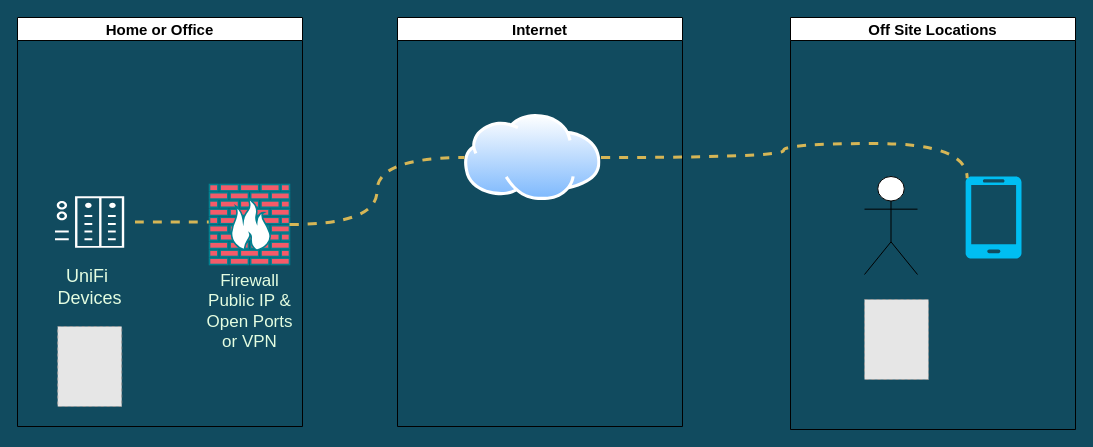
Before: page "VPN or Ports" (1 of 3) of Cloud_Security_Dec_2023.drawio in lawrencesystems/Draw_IO_Diagrams, a draw.io diagram. Source tidied: cells renumbered, new cells numbered last; positions are measured from the earlier drawing's top-left corner, leaving out a move shared by most shapes. Both pictures are drawn from the tidied source at 100%, with x=0, y=0 at pixel (17, 17). Pictures stored in the file or linked from it are replaced by grey dashed boxes.
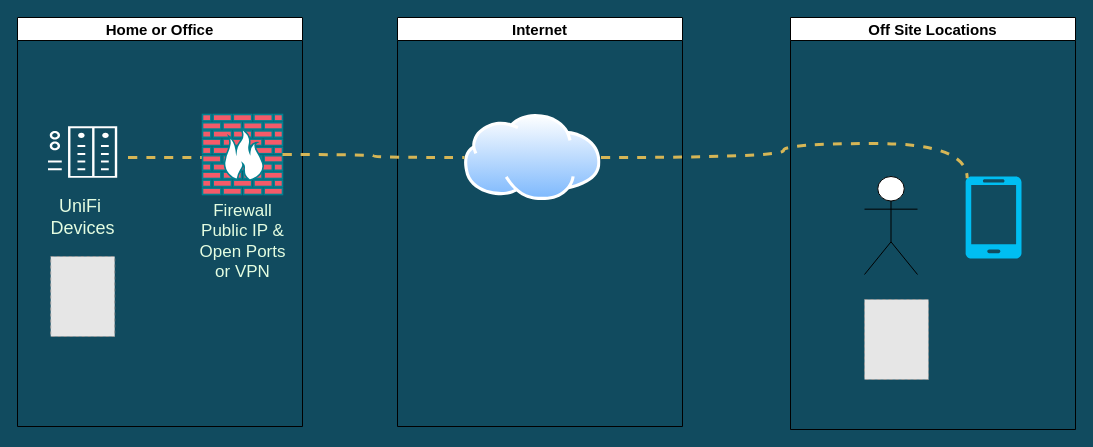
The same diagram, later.

Unchanged cells that the change refers to:
```xml
<mxCell id="3" value="&lt;font style=&quot;font-size: 15px;&quot;&gt;Home or Office&lt;/font&gt;" style="swimlane;whiteSpace=wrap;html=1;fontFamily=Helvetica;fontSize=11;fontColor=default;labelBackgroundColor=none;" parent="1" vertex="1">
  <mxGeometry width="285" height="409" as="geometry" />
</mxCell>
<mxCell id="10" style="verticalLabelPosition=bottom;html=1;verticalAlign=top;align=center;strokeColor=none;fillColor=#00BEF2;shape=mxgraph.azure.mobile;fontFamily=Helvetica;fontSize=11;fontColor=#E4FDE1;" parent="9" vertex="1">
  <mxGeometry x="175" y="159" width="56" height="82" as="geometry" />
</mxCell>
<mxCell id="14" style="image;perimeter=ellipsePerimeter;html=1;align=center;shadow=0;dashed=0;spacingTop=3;image=img/lib/active_directory/internet_cloud.svg;fontFamily=Helvetica;fontSize=11;fontColor=#E4FDE1;" parent="13" vertex="1">
  <mxGeometry x="67" y="97" width="136.5" height="86" as="geometry" />
</mxCell>
```

What changed in the source:
```diff
@@
-    <mxCell id="4" style="edgeStyle=orthogonalEdgeStyle;shape=connector;curved=1;rounded=1;comic=0;jettySize=auto;html=1;dashed=1;labelBackgroundColor=#114B5F;strokeColor=#d6b656;strokeWidth=3;fontFamily=Helvetica;fontSize=11;fontColor=#E4FDE1;endArrow=none;endFill=0;fillColor=#fff2cc;gradientColor=#ffd966;flowAnimation=1;" parent="3" edge="1" source="5" target="6">
+    <mxCell id="4" style="edgeStyle=orthogonalEdgeStyle;shape=connector;curved=1;rounded=1;comic=0;jettySize=auto;html=1;dashed=1;labelBackgroundColor=#114B5F;strokeColor=#d6b656;strokeWidth=3;fontFamily=Helvetica;fontSize=11;fontColor=#E4FDE1;endArrow=none;endFill=0;fillColor=#fff2cc;gradientColor=#ffd966;flowAnimation=0;fixDash=0;" parent="3" edge="1" source="5" target="6">
       <mxGeometry relative="1" as="geometry">
         <Array as="points">
-          <mxPoint x="73" y="202" />
+          <mxPoint x="151" y="140" />
+          <mxPoint x="151" y="140" />
         </Array>
       </mxGeometry>
     </mxCell>
     <mxCell id="5" value="&lt;font style=&quot;font-size: 18px;&quot;&gt;UniFi&amp;nbsp;&lt;br&gt;Devices&lt;br&gt;&lt;/font&gt;" style="sketch=0;shadow=0;dashed=0;html=1;strokeColor=none;fillColor=none;labelPosition=center;verticalLabelPosition=bottom;verticalAlign=top;align=center;outlineConnect=0;shape=mxgraph.veeam2.nas;fontFamily=Helvetica;fontSize=11;fontColor=#E4FDE1;" parent="3" vertex="1">
-      <mxGeometry x="27" y="167" width="90.5" height="75" as="geometry" />
+      <mxGeometry x="20" y="97" width="90.5" height="75" as="geometry" />
     </mxCell>
     <mxCell id="6" value="&lt;font style=&quot;font-size: 17px&quot;&gt;Firewall&lt;br&gt;Public IP &amp;amp;&lt;br&gt;Open&amp;nbsp;Ports&lt;br&gt;or VPN&lt;br&gt;&lt;/font&gt;" style="fontColor=#E4FDE1;verticalAlign=top;verticalLabelPosition=bottom;labelPosition=center;align=center;html=1;outlineConnect=0;fillColor=#F45B69;strokeColor=#028090;gradientDirection=north;strokeWidth=2;shape=mxgraph.networks.firewall;" parent="3" vertex="1">
-      <mxGeometry x="192" y="167" width="80" height="80" as="geometry" />
+      <mxGeometry x="185" y="97" width="80" height="80" as="geometry" />
     </mxCell>
     <mxCell id="7" style="fillColor=#E6E6E6;strokeColor=#999999;dashed=1;html=1;verticalLabelPosition=bottom;labelBackgroundColor=#ffffff;verticalAlign=top;fontFamily=Helvetica;fontSize=11;fontColor=#E4FDE1;" parent="3" vertex="1">
-      <mxGeometry x="40.2" y="309" width="64" height="80" as="geometry" />
+      <mxGeometry x="33.2" y="239" width="64" height="80" as="geometry" />
     </mxCell>
@@
-    <mxCell id="15" style="edgeStyle=orthogonalEdgeStyle;shape=connector;curved=1;rounded=1;comic=0;jettySize=auto;html=1;dashed=1;labelBackgroundColor=#114B5F;strokeColor=#d6b656;strokeWidth=3;align=center;verticalAlign=middle;fontFamily=Helvetica;fontSize=11;fontColor=#E4FDE1;endArrow=none;endFill=0;fillColor=#fff2cc;gradientColor=#ffd966;flowAnimation=1;" parent="1" edge="1" source="6" target="14">
+    <mxCell id="15" style="edgeStyle=orthogonalEdgeStyle;shape=connector;curved=1;rounded=1;comic=0;jettySize=auto;html=1;dashed=1;labelBackgroundColor=#114B5F;strokeColor=#d6b656;strokeWidth=3;align=center;verticalAlign=middle;fontFamily=Helvetica;fontSize=11;fontColor=#E4FDE1;endArrow=none;endFill=0;fillColor=#fff2cc;gradientColor=#ffd966;flowAnimation=0;" parent="1" edge="1" source="6" target="14">
       <mxGeometry relative="1" as="geometry" />
     </mxCell>
-    <mxCell id="16" style="edgeStyle=orthogonalEdgeStyle;shape=connector;curved=1;rounded=1;comic=0;jettySize=auto;html=1;entryX=0.03;entryY=0.02;entryDx=0;entryDy=0;entryPerimeter=0;dashed=1;labelBackgroundColor=#114B5F;strokeColor=#d6b656;strokeWidth=3;align=center;verticalAlign=middle;fontFamily=Helvetica;fontSize=11;fontColor=#E4FDE1;endArrow=none;endFill=0;fillColor=#fff2cc;gradientColor=#ffd966;flowAnimation=1;" parent="1" edge="1" source="14" target="10">
+    <mxCell id="16" style="edgeStyle=orthogonalEdgeStyle;shape=connector;curved=1;rounded=1;comic=0;jettySize=auto;html=1;entryX=0.03;entryY=0.02;entryDx=0;entryDy=0;entryPerimeter=0;dashed=1;labelBackgroundColor=#114B5F;strokeColor=#d6b656;strokeWidth=3;align=center;verticalAlign=middle;fontFamily=Helvetica;fontSize=11;fontColor=#E4FDE1;endArrow=none;endFill=0;fillColor=#fff2cc;gradientColor=#ffd966;flowAnimation=0;" parent="1" edge="1" source="14" target="10">
       <mxGeometry relative="1" as="geometry">
         <Array as="points">
           <mxPoint x="766" y="140" />
           <mxPoint x="766" y="126" />
           <mxPoint x="950" y="126" />
         </Array>
       </mxGeometry>
     </mxCell>
```
